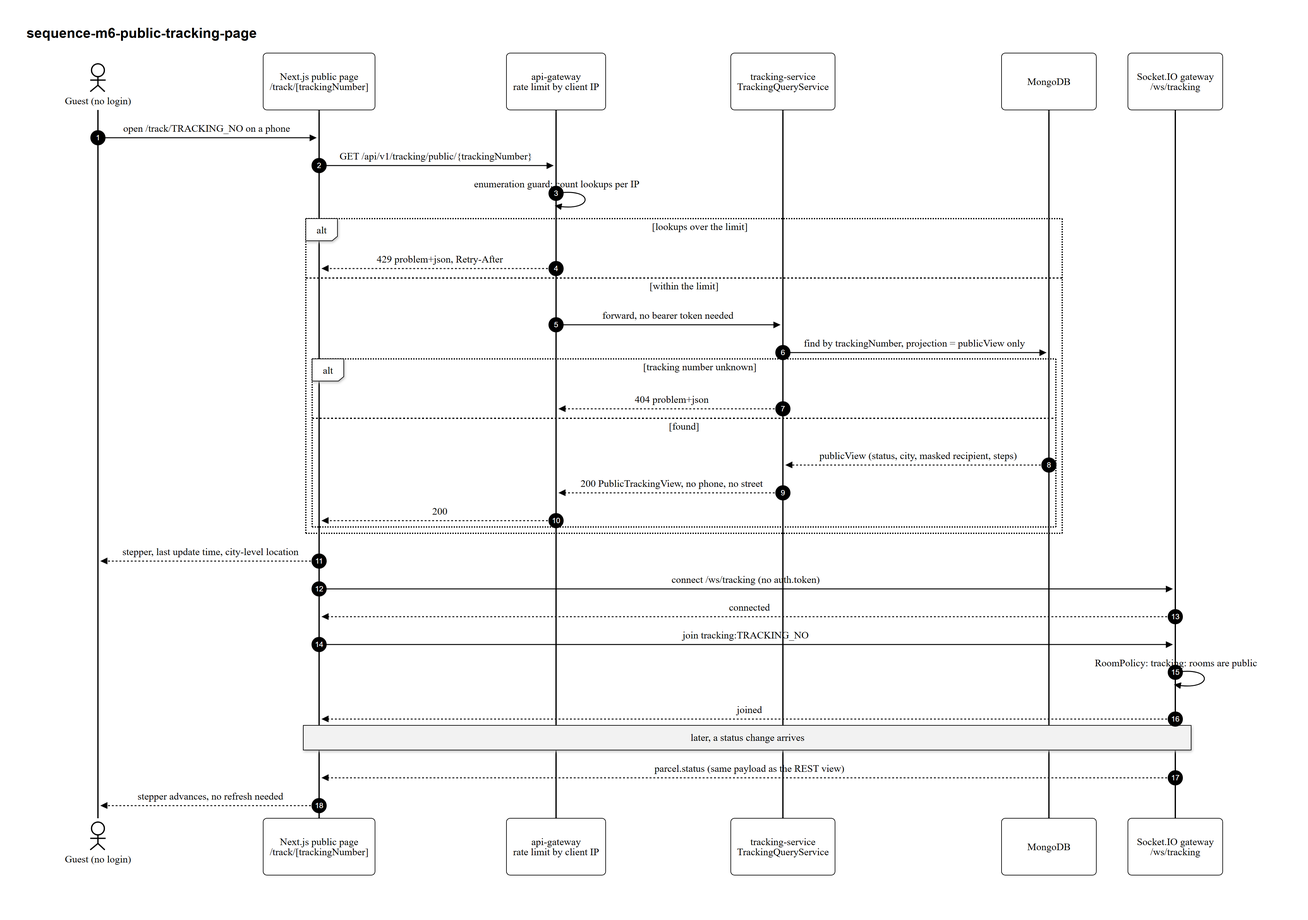
Above: doc/diagrams/m6-real-time-tracking/sequence-m6-public-tracking-page.png in Pasidu-Mihiranga/SwiftDrop (Mermaid), before the change. Its source is kept beside it as doc/diagrams/m6-real-time-tracking/sequence-m6-public-tracking-page.mmd. Its diagram source:
```mermaid
%%{init: {"theme":"base","themeVariables":{"background":"#ffffff","mainBkg":"#ffffff","primaryColor":"#ffffff","primaryBorderColor":"#000000","primaryTextColor":"#000000","secondaryColor":"#f2f2f2","tertiaryColor":"#ffffff","lineColor":"#000000","textColor":"#000000","clusterBkg":"#ffffff","clusterBorder":"#000000","titleColor":"#000000","edgeLabelBackground":"#ffffff","fontFamily":"Arial, Helvetica, sans-serif","actorBkg":"#ffffff","actorBorder":"#000000","actorTextColor":"#000000","actorLineColor":"#000000","signalColor":"#000000","signalTextColor":"#000000","labelBoxBkgColor":"#ffffff","labelBoxBorderColor":"#000000","labelTextColor":"#000000","loopTextColor":"#000000","noteBkgColor":"#f2f2f2","noteBorderColor":"#000000","noteTextColor":"#000000","activationBkgColor":"#e6e6e6","activationBorderColor":"#000000"}}}%%
sequenceDiagram
    autonumber
    actor GU as Guest (no login)
    participant WEB as Next.js public page<br/>/track/[trackingNumber]
    participant GW as api-gateway<br/>rate limit by client IP
    participant TS as tracking-service<br/>TrackingQueryService
    participant DB as MongoDB
    participant SG as Socket.IO gateway<br/>/ws/tracking

    GU->>WEB: open /track/TRACKING_NO on a phone
    WEB->>GW: GET /api/v1/tracking/public/{trackingNumber}
    GW->>GW: enumeration guard: count lookups per IP
    alt lookups over the limit
        GW-->>WEB: 429 problem+json, Retry-After
    else within the limit
        GW->>TS: forward, no bearer token needed
        TS->>DB: find by trackingNumber, projection = publicView only
        alt tracking number unknown
            TS-->>GW: 404 problem+json
        else found
            DB-->>TS: publicView (status, city, masked recipient, steps)
            TS-->>GW: 200 PublicTrackingView, no phone, no street
            GW-->>WEB: 200
        end
    end
    WEB-->>GU: stepper, last update time, city-level location

    WEB->>SG: connect /ws/tracking (no auth.token)
    SG-->>WEB: connected
    WEB->>SG: join tracking:TRACKING_NO
    SG->>SG: RoomPolicy: tracking: rooms are public
    SG-->>WEB: joined
    Note over SG,WEB: later, a status change arrives
    SG-->>WEB: parcel.status (same payload as the REST view)
    WEB-->>GU: stepper advances, no refresh needed
```
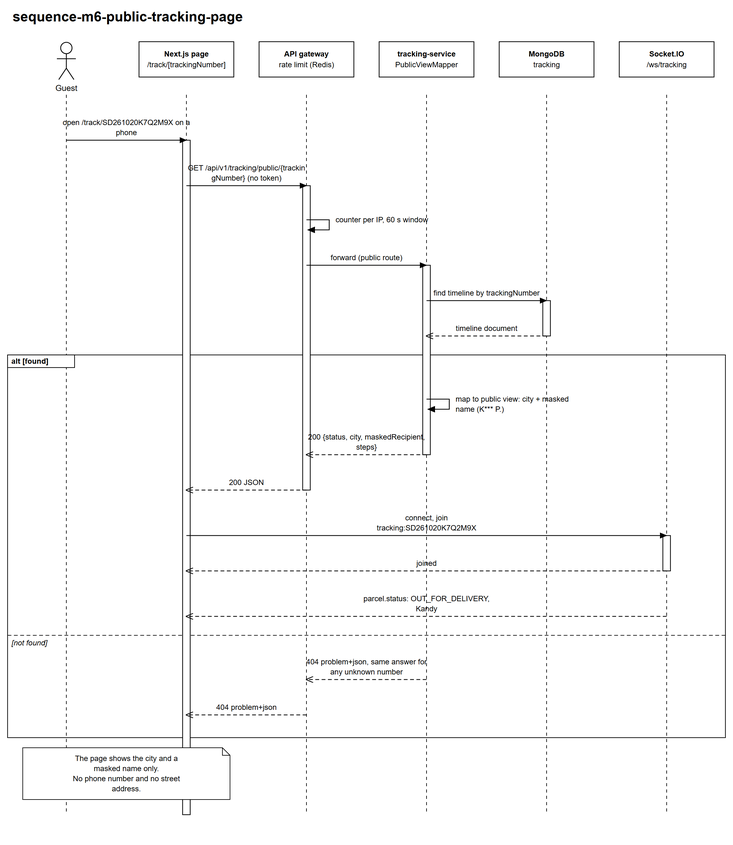
After the change.

Diff of the diagram source:
```diff
@@ -1,36 +1,27 @@
-%%{init: {"theme":"base","themeVariables":{"background":"#ffffff","mainBkg":"#ffffff","primaryColor":"#ffffff","primaryBorderColor":"#000000","primaryTextColor":"#000000","secondaryColor":"#f2f2f2","tertiaryColor":"#ffffff","lineColor":"#000000","textColor":"#000000","clusterBkg":"#ffffff","clusterBorder":"#000000","titleColor":"#000000","edgeLabelBackground":"#ffffff","fontFamily":"Arial, Helvetica, sans-serif","actorBkg":"#ffffff","actorBorder":"#000000","actorTextColor":"#000000","actorLineColor":"#000000","signalColor":"#000000","signalTextColor":"#000000","labelBoxBkgColor":"#ffffff","labelBoxBorderColor":"#000000","labelTextColor":"#000000","loopTextColor":"#000000","noteBkgColor":"#f2f2f2","noteBorderColor":"#000000","noteTextColor":"#000000","activationBkgColor":"#e6e6e6","activationBorderColor":"#000000"}}}%%
+%%{init: {"theme":"base","themeVariables":{"primaryColor":"#ffffff","primaryBorderColor":"#000000","primaryTextColor":"#000000","lineColor":"#000000","background":"#ffffff","actorBkg":"#ffffff","actorBorder":"#000000","signalColor":"#000000","noteBkgColor":"#f2f2f2","noteBorderColor":"#000000","fontFamily":"Arial"}}}%%
 sequenceDiagram
     autonumber
-    actor GU as Guest (no login)
-    participant WEB as Next.js public page<br/>/track/[trackingNumber]
-    participant GW as api-gateway<br/>rate limit by client IP
-    participant TS as tracking-service<br/>TrackingQueryService
-    participant DB as MongoDB
-    participant SG as Socket.IO gateway<br/>/ws/tracking
-
-    GU->>WEB: open /track/TRACKING_NO on a phone
-    WEB->>GW: GET /api/v1/tracking/public/{trackingNumber}
-    GW->>GW: enumeration guard: count lookups per IP
-    alt lookups over the limit
-        GW-->>WEB: 429 problem+json, Retry-After
-    else within the limit
-        GW->>TS: forward, no bearer token needed
-        TS->>DB: find by trackingNumber, projection = publicView only
-        alt tracking number unknown
-            TS-->>GW: 404 problem+json
-        else found
-            DB-->>TS: publicView (status, city, masked recipient, steps)
-            TS-->>GW: 200 PublicTrackingView, no phone, no street
-            GW-->>WEB: 200
-        end
+    actor G as Guest
+    participant PG as Next.js page /track
+    participant GW as API gateway
+    participant T as tracking-service
+    participant M as MongoDB tracking
+    participant S as Socket.IO /ws/tracking
+    G->>PG: open /track/SD261020K7Q2M9X
+    PG->>GW: GET /api/v1/tracking/public/{trackingNumber} no token
+    GW->>GW: rate limit per IP, Redis counter
+    GW->>T: forward public route
+    T->>M: find timeline by trackingNumber
+    M-->>T: timeline document
+    alt found
+        T->>T: PublicViewMapper, city and masked name K*** P.
+        T-->>GW: 200 status, city, masked recipient, steps
+        GW-->>PG: 200 JSON
+        PG->>S: connect, join tracking:SD261020K7Q2M9X
+        S-->>PG: joined
+        S-->>PG: parcel.status OUT_FOR_DELIVERY, Kandy
+    else not found
+        T-->>GW: 404 problem+json, same answer for any unknown number
+        GW-->>PG: 404 problem+json
     end
-    WEB-->>GU: stepper, last update time, city-level location
-
-    WEB->>SG: connect /ws/tracking (no auth.token)
-    SG-->>WEB: connected
-    WEB->>SG: join tracking:TRACKING_NO
-    SG->>SG: RoomPolicy: tracking: rooms are public
-    SG-->>WEB: joined
-    Note over SG,WEB: later, a status change arrives
-    SG-->>WEB: parcel.status (same payload as the REST view)
-    WEB-->>GU: stepper advances, no refresh needed
+    Note over G,PG: Page shows city and masked name only, never phone or street
```
